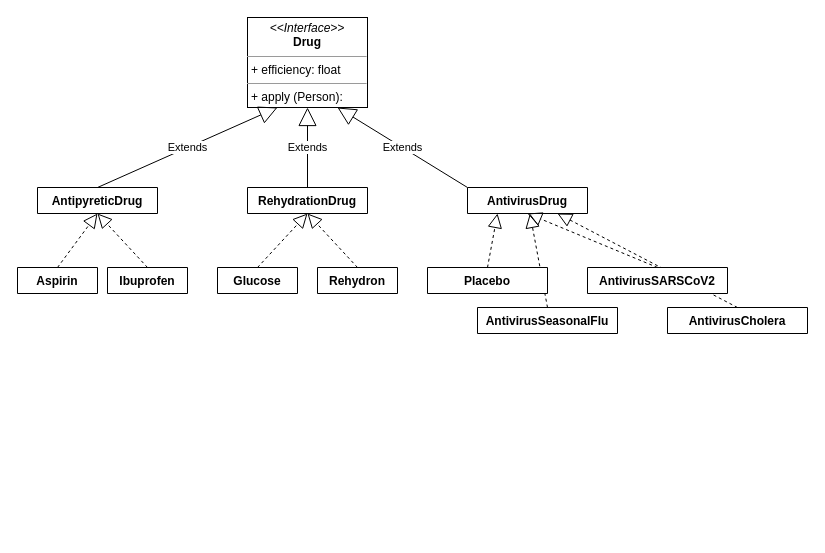
Before: diagrams/2.4. Creational TreatmentBuilder.drawio in rolkon/covid-gof-patterns, a draw.io diagram. Source tidied: cells renumbered, new cells numbered last; positions are measured from the earlier drawing's top-left corner, leaving out a move shared by most shapes. Both pictures are drawn from the tidied source at 100%, with x=0, y=0 at pixel (17, 17).
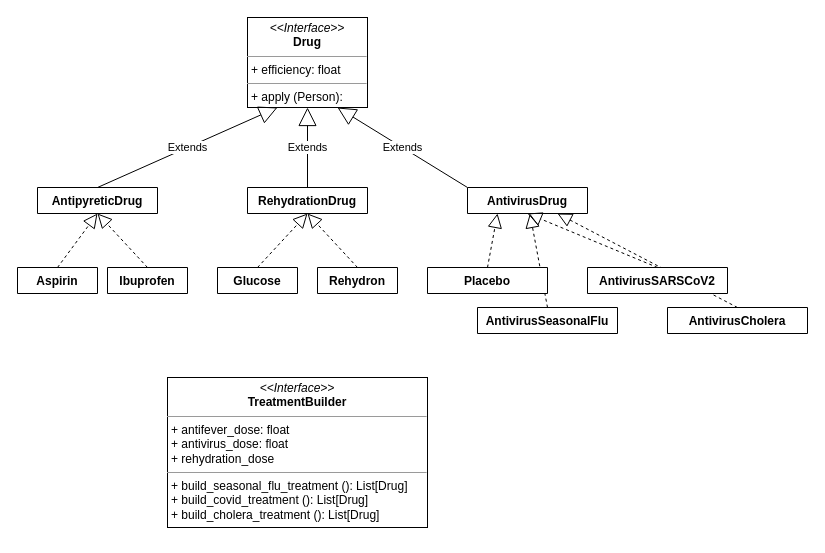
Above is the later version.

What changed in the source:
```diff
@@
+    <mxCell id="25" value="&lt;p style=&quot;margin: 0px ; margin-top: 4px ; text-align: center&quot;&gt;&lt;i&gt;&amp;lt;&amp;lt;Interface&amp;gt;&amp;gt;&lt;/i&gt;&lt;br&gt;&lt;b&gt;TreatmentBuilder&lt;/b&gt;&lt;/p&gt;&lt;hr size=&quot;1&quot;&gt;&lt;p style=&quot;margin: 0px ; margin-left: 4px&quot;&gt;+ antifever_dose: float&lt;br&gt;&lt;/p&gt;&lt;p style=&quot;margin: 0px ; margin-left: 4px&quot;&gt;+&amp;nbsp;antivirus_dose: float&lt;/p&gt;&lt;p style=&quot;margin: 0px ; margin-left: 4px&quot;&gt;+&amp;nbsp;rehydration_dose&lt;/p&gt;&lt;hr size=&quot;1&quot;&gt;&lt;p style=&quot;margin: 0px ; margin-left: 4px&quot;&gt;+ build_seasonal_flu_treatment (): List[Drug]&lt;br&gt;&lt;/p&gt;&lt;p style=&quot;margin: 0px ; margin-left: 4px&quot;&gt;+ build_covid_treatment (): List[Drug]&lt;br&gt;&lt;/p&gt;&lt;p style=&quot;margin: 0px ; margin-left: 4px&quot;&gt;+ build_cholera_treatment (): List[Drug]&lt;/p&gt;" style="verticalAlign=top;align=left;overflow=fill;fontSize=12;fontFamily=Helvetica;html=1;" parent="1" vertex="1">
+      <mxGeometry x="150" y="360" width="260" height="150" as="geometry" />
+    </mxCell>
+    <mxCell id="26" style="edgeStyle=orthogonalEdgeStyle;rounded=0;orthogonalLoop=1;jettySize=auto;html=1;exitX=0.5;exitY=1;exitDx=0;exitDy=0;" parent="1" edge="1" source="25" target="25">
+      <mxGeometry relative="1" as="geometry" />
+    </mxCell>
```
